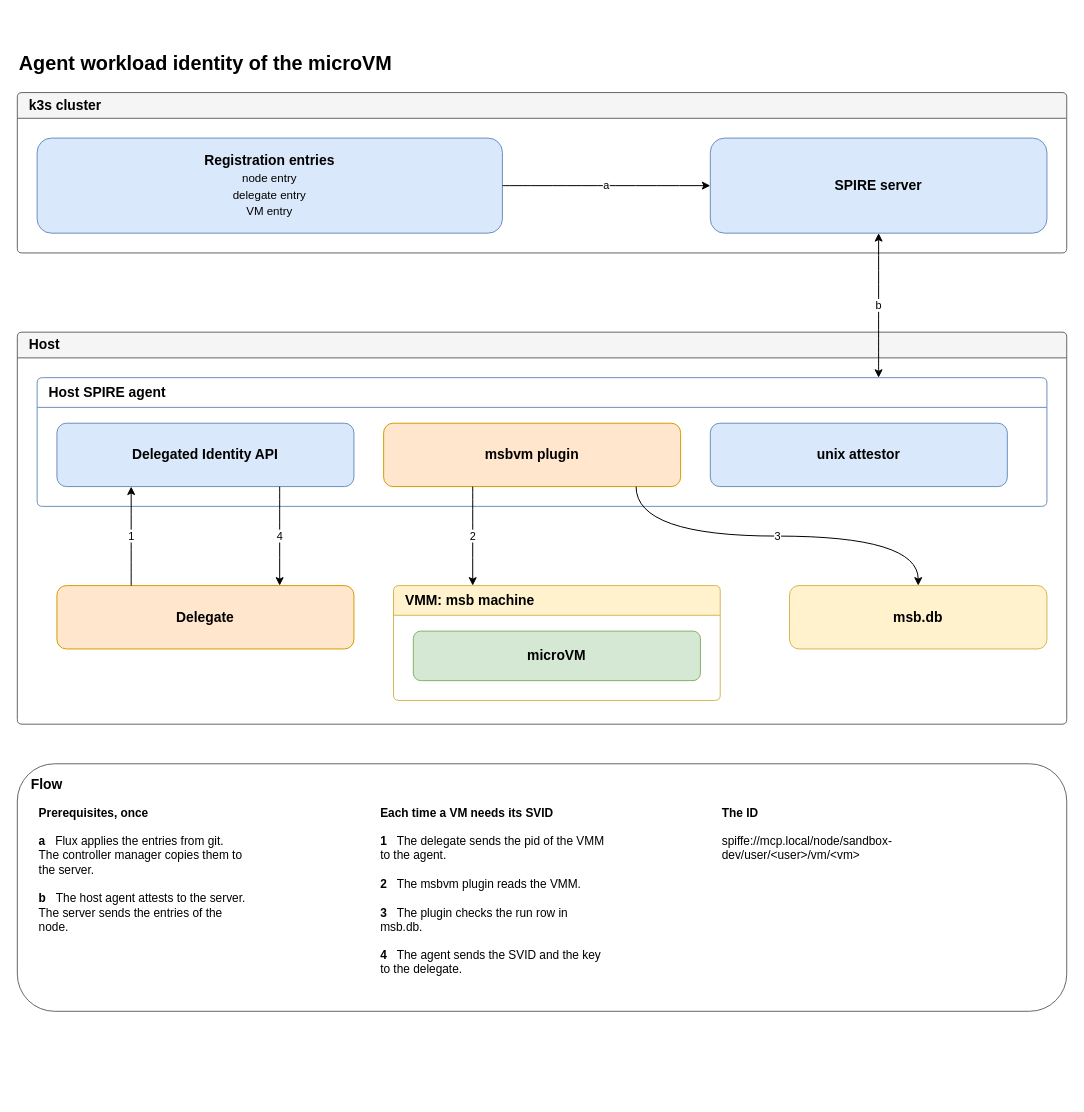
This is code/agent-workload-identity/docs/diagrams/agent-workload-identity.drawio from raghav19/engineersdaybook, a draw.io file, before an edit. Source tidied: cells renumbered, new cells numbered last; positions are measured from the earlier drawing's top-left corner, leaving out a move shared by most shapes. Both pictures are drawn from the tidied source at 99%, with x=0, y=0 at pixel (17, 43).
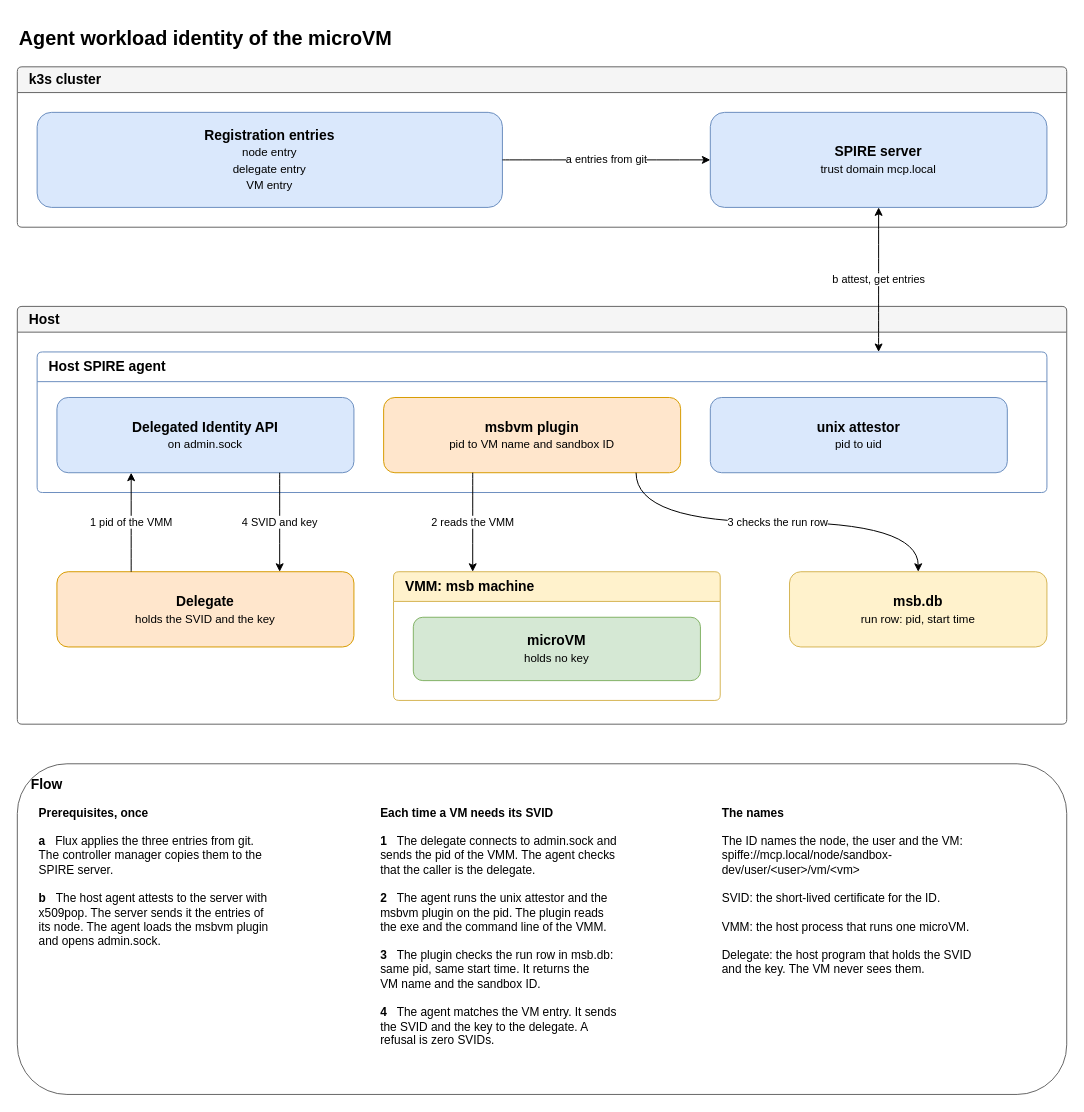
The same page after the edit.

Commit message (it also covers changes not shown here):
docs: add short sub-lines, labeled arrows and a clear flow panel to the agent workload identity diagram

The change refers to these unchanged cells:
```xml
<mxCell id="4" value="&lt;b&gt;Registration entries&lt;/b&gt;&lt;br&gt;&lt;small&gt;node entry&lt;/small&gt;&lt;br&gt;&lt;small&gt;delegate entry&lt;/small&gt;&lt;br&gt;&lt;small&gt;VM entry&lt;/small&gt;" style="rounded=1;whiteSpace=wrap;html=1;fontSize=14;fillColor=#dae8fc;strokeColor=#6c8ebf;" parent="3" vertex="1">
  <mxGeometry x="20" y="46" width="470" height="96" as="geometry" />
</mxCell>
```

The edit, as a diff of the source:
```diff
@@
     <mxCell id="2" value="&lt;b&gt;Agent workload identity of the microVM&lt;/b&gt;" style="text;html=1;fontSize=20;fontStyle=1;align=left;verticalAlign=middle;" parent="1" vertex="1">
-      <mxGeometry width="1060" height="40" as="geometry" />
+      <mxGeometry y="-26" width="1060" height="40" as="geometry" />
     </mxCell>
     <mxCell id="3" value="k3s cluster" style="swimlane;rounded=1;arcSize=6;startSize=26;fillColor=#f5f5f5;strokeColor=#666666;fontSize=14;html=1;align=left;spacingLeft=10;" parent="1" vertex="1">
-      <mxGeometry y="50" width="1060" height="162" as="geometry" />
+      <mxGeometry y="24" width="1060" height="162" as="geometry" />
     </mxCell>
@@
-    <mxCell id="5" value="&lt;b&gt;SPIRE server&lt;/b&gt;" style="rounded=1;whiteSpace=wrap;html=1;fontSize=14;fillColor=#dae8fc;strokeColor=#6c8ebf;" parent="3" vertex="1">
+    <mxCell id="5" value="&lt;b&gt;SPIRE server&lt;/b&gt;&lt;br&gt;&lt;small&gt;trust domain mcp.local&lt;/small&gt;" style="rounded=1;whiteSpace=wrap;html=1;fontSize=14;fillColor=#dae8fc;strokeColor=#6c8ebf;" parent="3" vertex="1">
       <mxGeometry x="700" y="46" width="340" height="96" as="geometry" />
     </mxCell>
     <mxCell id="6" value="Host" style="swimlane;rounded=1;arcSize=6;startSize=26;fillColor=#f5f5f5;strokeColor=#666666;fontSize=14;html=1;align=left;spacingLeft=10;" parent="1" vertex="1">
-      <mxGeometry y="292" width="1060" height="396" as="geometry" />
+      <mxGeometry y="266" width="1060" height="422" as="geometry" />
     </mxCell>
     <mxCell id="7" value="Host SPIRE agent" style="swimlane;rounded=1;arcSize=6;startSize=30;whiteSpace=wrap;html=1;fontSize=14;fillColor=#ffffff;strokeColor=#6c8ebf;align=left;spacingLeft=10;" parent="6" vertex="1">
-      <mxGeometry x="20" y="46" width="1020" height="130" as="geometry" />
+      <mxGeometry x="20" y="46" width="1020" height="142" as="geometry" />
     </mxCell>
-    <mxCell id="8" value="&lt;b&gt;Delegated Identity API&lt;/b&gt;" style="rounded=1;whiteSpace=wrap;html=1;fontSize=14;fillColor=#dae8fc;strokeColor=#6c8ebf;" parent="7" vertex="1">
-      <mxGeometry x="20" y="46" width="300" height="64" as="geometry" />
+    <mxCell id="8" value="&lt;b&gt;Delegated Identity API&lt;/b&gt;&lt;br&gt;&lt;small&gt;on admin.sock&lt;/small&gt;" style="rounded=1;whiteSpace=wrap;html=1;fontSize=14;fillColor=#dae8fc;strokeColor=#6c8ebf;" parent="7" vertex="1">
+      <mxGeometry x="20" y="46" width="300" height="76" as="geometry" />
     </mxCell>
-    <mxCell id="9" value="&lt;b&gt;msbvm plugin&lt;/b&gt;" style="rounded=1;whiteSpace=wrap;html=1;fontSize=14;fillColor=#ffe6cc;strokeColor=#d79b00;" parent="7" vertex="1">
-      <mxGeometry x="350" y="46" width="300" height="64" as="geometry" />
+    <mxCell id="9" value="&lt;b&gt;msbvm plugin&lt;/b&gt;&lt;br&gt;&lt;small&gt;pid to VM name and sandbox ID&lt;/small&gt;" style="rounded=1;whiteSpace=wrap;html=1;fontSize=14;fillColor=#ffe6cc;strokeColor=#d79b00;" parent="7" vertex="1">
+      <mxGeometry x="350" y="46" width="300" height="76" as="geometry" />
     </mxCell>
-    <mxCell id="10" value="&lt;b&gt;unix attestor&lt;/b&gt;" style="rounded=1;whiteSpace=wrap;html=1;fontSize=14;fillColor=#dae8fc;strokeColor=#6c8ebf;" parent="7" vertex="1">
-      <mxGeometry x="680" y="46" width="300" height="64" as="geometry" />
+    <mxCell id="10" value="&lt;b&gt;unix attestor&lt;/b&gt;&lt;br&gt;&lt;small&gt;pid to uid&lt;/small&gt;" style="rounded=1;whiteSpace=wrap;html=1;fontSize=14;fillColor=#dae8fc;strokeColor=#6c8ebf;" parent="7" vertex="1">
+      <mxGeometry x="680" y="46" width="300" height="76" as="geometry" />
     </mxCell>
-    <mxCell id="11" value="&lt;b&gt;Delegate&lt;/b&gt;" style="rounded=1;whiteSpace=wrap;html=1;fontSize=14;fillColor=#ffe6cc;strokeColor=#d79b00;" parent="6" vertex="1">
-      <mxGeometry x="40" y="256" width="300" height="64" as="geometry" />
+    <mxCell id="11" value="&lt;b&gt;Delegate&lt;/b&gt;&lt;br&gt;&lt;small&gt;holds the SVID and the key&lt;/small&gt;" style="rounded=1;whiteSpace=wrap;html=1;fontSize=14;fillColor=#ffe6cc;strokeColor=#d79b00;" parent="6" vertex="1">
+      <mxGeometry x="40" y="268" width="300" height="76" as="geometry" />
     </mxCell>
     <mxCell id="12" value="VMM: msb machine" style="swimlane;rounded=1;arcSize=6;startSize=30;whiteSpace=wrap;html=1;fontSize=14;fillColor=#fff2cc;strokeColor=#d6b656;align=left;spacingLeft=10;" parent="6" vertex="1">
-      <mxGeometry x="380" y="256" width="330" height="116" as="geometry" />
+      <mxGeometry x="380" y="268" width="330" height="130" as="geometry" />
     </mxCell>
-    <mxCell id="13" value="&lt;b&gt;microVM&lt;/b&gt;" style="rounded=1;whiteSpace=wrap;html=1;fontSize=14;fillColor=#d5e8d4;strokeColor=#82b366;" parent="12" vertex="1">
-      <mxGeometry x="20" y="46" width="290" height="50" as="geometry" />
+    <mxCell id="13" value="&lt;b&gt;microVM&lt;/b&gt;&lt;br&gt;&lt;small&gt;holds no key&lt;/small&gt;" style="rounded=1;whiteSpace=wrap;html=1;fontSize=14;fillColor=#d5e8d4;strokeColor=#82b366;" parent="12" vertex="1">
+      <mxGeometry x="20" y="46" width="290" height="64" as="geometry" />
     </mxCell>
-    <mxCell id="14" value="&lt;b&gt;msb.db&lt;/b&gt;" style="rounded=1;whiteSpace=wrap;html=1;fontSize=14;fillColor=#fff2cc;strokeColor=#d6b656;" parent="6" vertex="1">
-      <mxGeometry x="780" y="256" width="260" height="64" as="geometry" />
+    <mxCell id="14" value="&lt;b&gt;msb.db&lt;/b&gt;&lt;br&gt;&lt;small&gt;run row: pid, start time&lt;/small&gt;" style="rounded=1;whiteSpace=wrap;html=1;fontSize=14;fillColor=#fff2cc;strokeColor=#d6b656;" parent="6" vertex="1">
+      <mxGeometry x="780" y="268" width="260" height="76" as="geometry" />
     </mxCell>
-    <mxCell id="15" value="a" style="edgeStyle=orthogonalEdgeStyle;rounded=1;curved=1;html=1;labelBackgroundColor=default;defaultLabelBackgroundColor=gap;exitX=1;exitY=0.5;exitDx=0;exitDy=0;entryX=0;entryY=0.5;entryDx=0;entryDy=0;" parent="1" edge="1" source="4" target="5">
+    <mxCell id="15" value="a  entries from git" style="edgeStyle=orthogonalEdgeStyle;rounded=1;curved=1;html=1;labelBackgroundColor=default;defaultLabelBackgroundColor=gap;exitX=1;exitY=0.5;exitDx=0;exitDy=0;entryX=0;entryY=0.5;entryDx=0;entryDy=0;" parent="1" edge="1" source="4" target="5">
       <mxGeometry relative="1" as="geometry" />
     </mxCell>
-    <mxCell id="16" value="b" style="edgeStyle=orthogonalEdgeStyle;rounded=1;curved=1;html=1;labelBackgroundColor=default;defaultLabelBackgroundColor=gap;startArrow=classic;startFill=1;exitX=0.8333;exitY=0;exitDx=0;exitDy=0;entryX=0.5;entryY=1;entryDx=0;entryDy=0;" parent="1" edge="1" source="7" target="5">
+    <mxCell id="16" value="b  attest, get entries" style="edgeStyle=orthogonalEdgeStyle;rounded=1;curved=1;html=1;labelBackgroundColor=default;defaultLabelBackgroundColor=gap;startArrow=classic;startFill=1;exitX=0.8333;exitY=0;exitDx=0;exitDy=0;entryX=0.5;entryY=1;entryDx=0;entryDy=0;" parent="1" edge="1" source="7" target="5">
       <mxGeometry relative="1" as="geometry" />
     </mxCell>
-    <mxCell id="17" value="1" style="edgeStyle=orthogonalEdgeStyle;rounded=1;curved=1;html=1;labelBackgroundColor=default;defaultLabelBackgroundColor=gap;exitX=0.25;exitY=0;exitDx=0;exitDy=0;entryX=0.25;entryY=1;entryDx=0;entryDy=0;" parent="1" edge="1" source="11" target="8">
+    <mxCell id="17" value="1  pid of the VMM" style="edgeStyle=orthogonalEdgeStyle;rounded=1;curved=1;html=1;labelBackgroundColor=default;defaultLabelBackgroundColor=gap;exitX=0.25;exitY=0;exitDx=0;exitDy=0;entryX=0.25;entryY=1;entryDx=0;entryDy=0;" parent="1" edge="1" source="11" target="8">
       <mxGeometry relative="1" as="geometry" />
     </mxCell>
-    <mxCell id="18" value="4" style="edgeStyle=orthogonalEdgeStyle;rounded=1;curved=1;html=1;labelBackgroundColor=default;defaultLabelBackgroundColor=gap;exitX=0.75;exitY=1;exitDx=0;exitDy=0;entryX=0.75;entryY=0;entryDx=0;entryDy=0;" parent="1" edge="1" source="8" target="11">
+    <mxCell id="18" value="4  SVID and key" style="edgeStyle=orthogonalEdgeStyle;rounded=1;curved=1;html=1;labelBackgroundColor=default;defaultLabelBackgroundColor=gap;exitX=0.75;exitY=1;exitDx=0;exitDy=0;entryX=0.75;entryY=0;entryDx=0;entryDy=0;" parent="1" edge="1" source="8" target="11">
       <mxGeometry relative="1" as="geometry" />
     </mxCell>
-    <mxCell id="19" value="2" style="edgeStyle=orthogonalEdgeStyle;rounded=1;curved=1;html=1;labelBackgroundColor=default;defaultLabelBackgroundColor=gap;exitX=0.3;exitY=1;exitDx=0;exitDy=0;entryX=0.2424;entryY=0;entryDx=0;entryDy=0;" parent="1" edge="1" source="9" target="12">
+    <mxCell id="19" value="2  reads the VMM" style="edgeStyle=orthogonalEdgeStyle;rounded=1;curved=1;html=1;labelBackgroundColor=default;defaultLabelBackgroundColor=gap;exitX=0.3;exitY=1;exitDx=0;exitDy=0;entryX=0.2424;entryY=0;entryDx=0;entryDy=0;" parent="1" edge="1" source="9" target="12">
       <mxGeometry relative="1" as="geometry" />
     </mxCell>
-    <mxCell id="20" value="3" style="edgeStyle=orthogonalEdgeStyle;rounded=1;curved=1;html=1;labelBackgroundColor=default;defaultLabelBackgroundColor=gap;exitX=0.85;exitY=1;exitDx=0;exitDy=0;entryX=0.5;entryY=0;entryDx=0;entryDy=0;" parent="1" edge="1" source="9" target="14">
+    <mxCell id="20" value="3  checks the run row" style="edgeStyle=orthogonalEdgeStyle;rounded=1;curved=1;html=1;labelBackgroundColor=default;defaultLabelBackgroundColor=gap;exitX=0.85;exitY=1;exitDx=0;exitDy=0;entryX=0.5;entryY=0;entryDx=0;entryDy=0;" parent="1" edge="1" source="9" target="14">
       <mxGeometry relative="1" as="geometry" />
     </mxCell>
     <mxCell id="21" value="&lt;b&gt;Flow&lt;/b&gt;" style="rounded=1;whiteSpace=wrap;html=1;fontSize=14;align=left;verticalAlign=top;spacingLeft=12;spacingTop=6;fillColor=#ffffff;strokeColor=#666666;" parent="1" vertex="1">
-      <mxGeometry y="728" width="1060" height="250" as="geometry" />
+      <mxGeometry y="728" width="1060" height="334" as="geometry" />
     </mxCell>
-    <mxCell id="22" value="&lt;b&gt;Prerequisites, once&lt;/b&gt;&lt;br&gt;&lt;br&gt;&lt;b&gt;a&lt;/b&gt;&amp;nbsp;&amp;nbsp;&amp;nbsp;Flux applies the entries from git.&lt;br&gt;The controller manager copies them to&lt;br&gt;the server.&lt;br&gt;&lt;br&gt;&lt;b&gt;b&lt;/b&gt;&amp;nbsp;&amp;nbsp;&amp;nbsp;The host agent attests to the server.&lt;br&gt;The server sends the entries of the&lt;br&gt;node.&lt;br&gt;&lt;br&gt;" style="text;html=1;whiteSpace=wrap;align=left;verticalAlign=top;fontSize=12;" parent="1" vertex="1">
-      <mxGeometry x="20" y="764" width="320" height="204" as="geometry" />
+    <mxCell id="22" value="&lt;b&gt;Prerequisites, once&lt;/b&gt;&lt;br&gt;&lt;br&gt;&lt;b&gt;a&lt;/b&gt;&amp;nbsp;&amp;nbsp;&amp;nbsp;Flux applies the three entries from git.&lt;br&gt;The controller manager copies them to the&lt;br&gt;SPIRE server.&lt;br&gt;&lt;br&gt;&lt;b&gt;b&lt;/b&gt;&amp;nbsp;&amp;nbsp;&amp;nbsp;The host agent attests to the server with&lt;br&gt;x509pop. The server sends it the entries of&lt;br&gt;its node. The agent loads the msbvm plugin&lt;br&gt;and opens admin.sock.&lt;br&gt;&lt;br&gt;" style="text;html=1;whiteSpace=wrap;align=left;verticalAlign=top;fontSize=12;" parent="1" vertex="1">
+      <mxGeometry x="20" y="764" width="320" height="288" as="geometry" />
     </mxCell>
-    <mxCell id="23" value="&lt;b&gt;Each time a VM needs its SVID&lt;/b&gt;&lt;br&gt;&lt;br&gt;&lt;b&gt;1&lt;/b&gt;&amp;nbsp;&amp;nbsp;&amp;nbsp;The delegate sends the pid of the VMM&lt;br&gt;to the agent.&lt;br&gt;&lt;br&gt;&lt;b&gt;2&lt;/b&gt;&amp;nbsp;&amp;nbsp;&amp;nbsp;The msbvm plugin reads the VMM.&lt;br&gt;&lt;br&gt;&lt;b&gt;3&lt;/b&gt;&amp;nbsp;&amp;nbsp;&amp;nbsp;The plugin checks the run row in&lt;br&gt;msb.db.&lt;br&gt;&lt;br&gt;&lt;b&gt;4&lt;/b&gt;&amp;nbsp;&amp;nbsp;&amp;nbsp;The agent sends the SVID and the key&lt;br&gt;to the delegate.&lt;br&gt;&lt;br&gt;" style="text;html=1;whiteSpace=wrap;align=left;verticalAlign=top;fontSize=12;" parent="1" vertex="1">
-      <mxGeometry x="365" y="764" width="320" height="204" as="geometry" />
+    <mxCell id="23" value="&lt;b&gt;Each time a VM needs its SVID&lt;/b&gt;&lt;br&gt;&lt;br&gt;&lt;b&gt;1&lt;/b&gt;&amp;nbsp;&amp;nbsp;&amp;nbsp;The delegate connects to admin.sock and&lt;br&gt;sends the pid of the VMM. The agent checks&lt;br&gt;that the caller is the delegate.&lt;br&gt;&lt;br&gt;&lt;b&gt;2&lt;/b&gt;&amp;nbsp;&amp;nbsp;&amp;nbsp;The agent runs the unix attestor and the&lt;br&gt;msbvm plugin on the pid. The plugin reads&lt;br&gt;the exe and the command line of the VMM.&lt;br&gt;&lt;br&gt;&lt;b&gt;3&lt;/b&gt;&amp;nbsp;&amp;nbsp;&amp;nbsp;The plugin checks the run row in msb.db:&lt;br&gt;same pid, same start time. It returns the&lt;br&gt;VM name and the sandbox ID.&lt;br&gt;&lt;br&gt;&lt;b&gt;4&lt;/b&gt;&amp;nbsp;&amp;nbsp;&amp;nbsp;The agent matches the VM entry. It sends&lt;br&gt;the SVID and the key to the delegate. A&lt;br&gt;refusal is zero SVIDs.&lt;br&gt;&lt;br&gt;" style="text;html=1;whiteSpace=wrap;align=left;verticalAlign=top;fontSize=12;" parent="1" vertex="1">
+      <mxGeometry x="365" y="764" width="320" height="288" as="geometry" />
     </mxCell>
-    <mxCell id="24" value="&lt;b&gt;The ID&lt;/b&gt;&lt;br&gt;&lt;br&gt;spiffe://mcp.local/node/sandbox-&lt;br&gt;dev/user/&amp;lt;user&amp;gt;/vm/&amp;lt;vm&amp;gt;&lt;br&gt;&lt;br&gt;" style="text;html=1;whiteSpace=wrap;align=left;verticalAlign=top;fontSize=12;" parent="1" vertex="1">
-      <mxGeometry x="710" y="764" width="320" height="204" as="geometry" />
+    <mxCell id="24" value="&lt;b&gt;The names&lt;/b&gt;&lt;br&gt;&lt;br&gt;The ID names the node, the user and the VM:&lt;br&gt;spiffe://mcp.local/node/sandbox-&lt;br&gt;dev/user/&amp;lt;user&amp;gt;/vm/&amp;lt;vm&amp;gt;&lt;br&gt;&lt;br&gt;SVID: the short-lived certificate for the ID.&lt;br&gt;&lt;br&gt;VMM: the host process that runs one microVM.&lt;br&gt;&lt;br&gt;Delegate: the host program that holds the SVID&lt;br&gt;and the key. The VM never sees them.&lt;br&gt;&lt;br&gt;" style="text;html=1;whiteSpace=wrap;align=left;verticalAlign=top;fontSize=12;" parent="1" vertex="1">
+      <mxGeometry x="710" y="764" width="320" height="288" as="geometry" />
     </mxCell>
```
